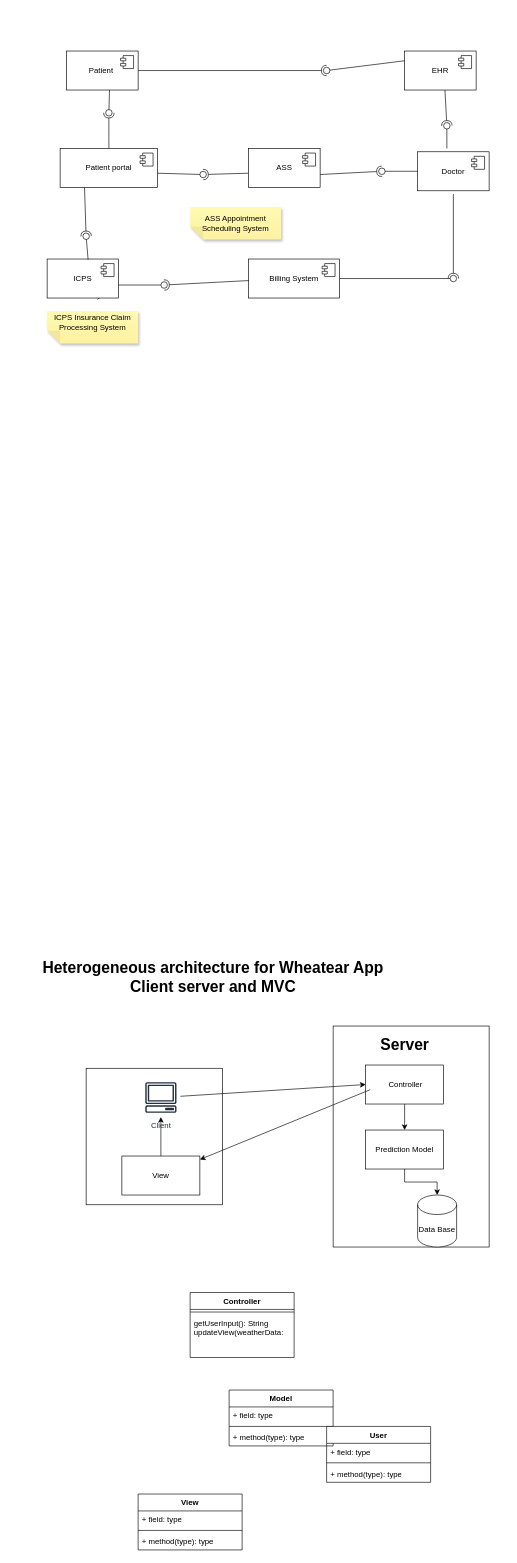
Earlier version of the draw.io diagram LAB-MID SP-21-BSE-019/Untitled Diagram.drawio (Mharis64/FIFA-Replica). Source tidied: cells renumbered, new cells numbered last; positions are measured from the earlier drawing's top-left corner, leaving out a move shared by most shapes. Both pictures are drawn from the tidied source at 65%, with x=0, y=0 at pixel (47, 51).
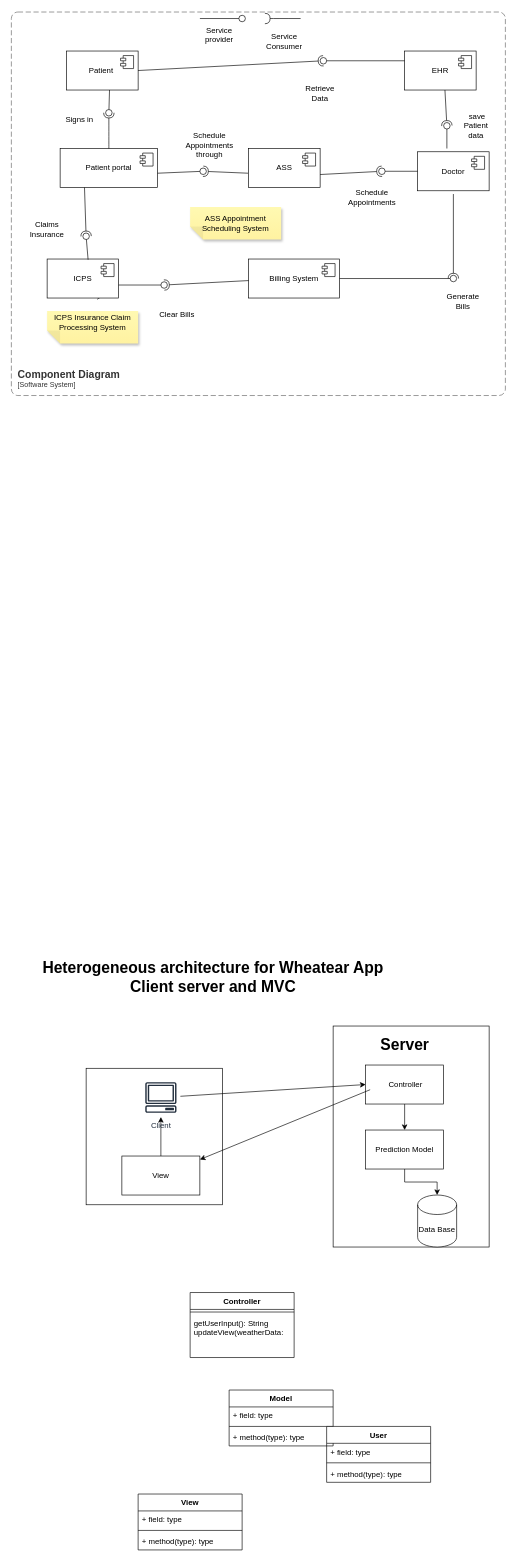
The same page after the edit.

What changed in the source:
```diff
@@
     <mxCell id="49" style="ellipse;whiteSpace=wrap;html=1;align=center;fillColor=none;strokeColor=none;perimeter=centerPerimeter;points=[];outlineConnect=1;" parent="1" vertex="1">
-      <mxGeometry x="235" y="185" width="10" height="10" as="geometry" />
+      <mxGeometry x="235" y="180" width="10" height="10" as="geometry" />
     </mxCell>
@@
     <mxCell id="72" style="ellipse;whiteSpace=wrap;html=1;align=center;fillColor=none;strokeColor=none;perimeter=centerPerimeter;points=[];outlineConnect=1;" parent="1" vertex="1">
-      <mxGeometry x="425" y="25" width="10" height="10" as="geometry" />
+      <mxGeometry x="420" y="10" width="10" height="10" as="geometry" />
     </mxCell>
@@
+    <mxCell id="74" style="rounded=0;orthogonalLoop=1;jettySize=auto;html=1;endArrow=oval;endFill=0;sketch=0;sourcePerimeterSpacing=0;targetPerimeterSpacing=0;endSize=10;" parent="1" edge="1">
+      <mxGeometry relative="1" as="geometry">
+        <mxPoint x="235" y="-50" as="sourcePoint" />
+        <mxPoint x="300" y="-50" as="targetPoint" />
+      </mxGeometry>
+    </mxCell>
+    <mxCell id="75" style="ellipse;whiteSpace=wrap;html=1;align=center;fillColor=none;strokeColor=none;perimeter=centerPerimeter;" parent="1" vertex="1">
+      <mxGeometry x="320" y="-40" width="10" height="10" as="geometry" />
+    </mxCell>
+    <mxCell id="76" style="ellipse;whiteSpace=wrap;html=1;align=center;fillColor=none;strokeColor=none;perimeter=centerPerimeter;" parent="1" vertex="1">
+      <mxGeometry x="390" y="-50" width="10" height="10" as="geometry" />
+    </mxCell>
+    <mxCell id="77" value="Service provider" style="text;html=1;strokeColor=none;fillColor=none;align=center;verticalAlign=middle;whiteSpace=wrap;rounded=0;" parent="1" vertex="1">
+      <mxGeometry x="235" y="-40" width="60" height="30" as="geometry" />
+    </mxCell>
+    <mxCell id="78" value="Service Consumer" style="text;html=1;strokeColor=none;fillColor=none;align=center;verticalAlign=middle;whiteSpace=wrap;rounded=0;" parent="1" vertex="1">
+      <mxGeometry x="335" y="-30" width="60" height="30" as="geometry" />
+    </mxCell>
+    <mxCell id="79" style="rounded=0;orthogonalLoop=1;jettySize=auto;html=1;endArrow=halfCircle;endFill=0;endSize=6;strokeWidth=1;sketch=0;fontSize=12;curved=1;" parent="1" edge="1">
+      <mxGeometry relative="1" as="geometry">
+        <mxPoint x="390" y="-50" as="sourcePoint" />
+        <mxPoint x="335" y="-50" as="targetPoint" />
+        <Array as="points">
+          <mxPoint x="350" y="-50" />
+        </Array>
+      </mxGeometry>
+    </mxCell>
+    <mxCell id="80" value="Retrieve Data" style="text;html=1;strokeColor=none;fillColor=none;align=center;verticalAlign=middle;whiteSpace=wrap;rounded=0;" parent="1" vertex="1">
+      <mxGeometry x="390" y="50" width="60" height="30" as="geometry" />
+    </mxCell>
+    <mxCell id="81" value="&amp;nbsp;save Patient data" style="text;html=1;strokeColor=none;fillColor=none;align=center;verticalAlign=middle;whiteSpace=wrap;rounded=0;" parent="1" vertex="1">
+      <mxGeometry x="630" y="100" width="60" height="30" as="geometry" />
+    </mxCell>
+    <mxCell id="82" value="Schedule Appointments" style="text;html=1;strokeColor=none;fillColor=none;align=center;verticalAlign=middle;whiteSpace=wrap;rounded=0;" parent="1" vertex="1">
+      <mxGeometry x="470" y="210" width="60" height="30" as="geometry" />
+    </mxCell>
+    <mxCell id="83" value="Schedule Appointments through" style="text;html=1;strokeColor=none;fillColor=none;align=center;verticalAlign=middle;whiteSpace=wrap;rounded=0;" parent="1" vertex="1">
+      <mxGeometry x="220" y="130" width="60" height="30" as="geometry" />
+    </mxCell>
+    <mxCell id="84" value="Signs in" style="text;html=1;strokeColor=none;fillColor=none;align=center;verticalAlign=middle;whiteSpace=wrap;rounded=0;" parent="1" vertex="1">
+      <mxGeometry x="20" y="90" width="60" height="30" as="geometry" />
+    </mxCell>
+    <mxCell id="85" value="Claims Insurance" style="text;html=1;strokeColor=none;fillColor=none;align=center;verticalAlign=middle;whiteSpace=wrap;rounded=0;" parent="1" vertex="1">
+      <mxGeometry x="-30" y="260" width="60" height="30" as="geometry" />
+    </mxCell>
+    <mxCell id="86" value="Clear Bills" style="text;html=1;strokeColor=none;fillColor=none;align=center;verticalAlign=middle;whiteSpace=wrap;rounded=0;" parent="1" vertex="1">
+      <mxGeometry x="170" y="390" width="60" height="30" as="geometry" />
+    </mxCell>
+    <mxCell id="87" value="Generate Bills" style="text;html=1;strokeColor=none;fillColor=none;align=center;verticalAlign=middle;whiteSpace=wrap;rounded=0;" parent="1" vertex="1">
+      <mxGeometry x="610" y="370" width="60" height="30" as="geometry" />
+    </mxCell>
+    <object id="88" label="&lt;font style=&quot;font-size: 16px&quot;&gt;&lt;b&gt;&lt;div style=&quot;text-align: left&quot;&gt;%c4Name%&lt;/div&gt;&lt;/b&gt;&lt;/font&gt;&lt;div style=&quot;text-align: left&quot;&gt;[%c4Application%]&lt;/div&gt;" c4Application="Software System" c4Name="Component Diagram" placeholders="1">
+      <mxCell style="rounded=1;fontSize=11;whiteSpace=wrap;html=1;dashed=1;arcSize=20;fillColor=none;strokeColor=#666666;fontColor=#333333;labelBackgroundColor=none;align=left;verticalAlign=bottom;labelBorderColor=none;spacingTop=0;spacing=10;dashPattern=8 4;perimeter=rectanglePerimeter;noLabel=0;labelPadding=0;absoluteArcSize=1;" parent="1" vertex="1">
+        <mxGeometry x="-55" y="-60" width="760" height="590" as="geometry" />
+      </mxCell>
+    </object>
```
